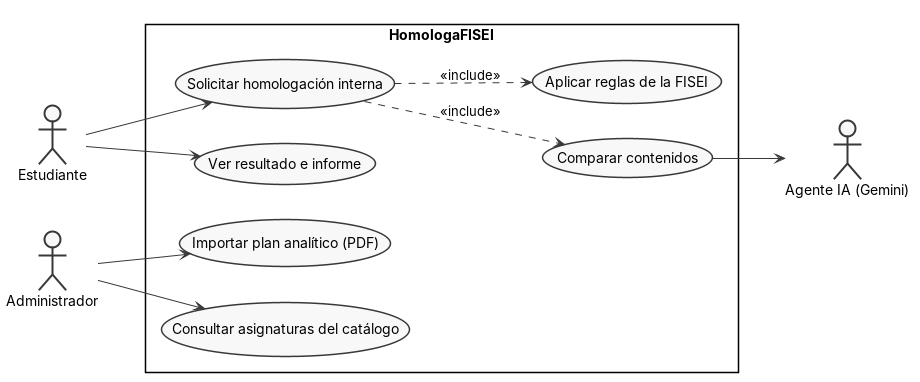
tituanadiana65-glitch/HomologaFISEI keeps this PlantUML diagram as docs/casos-de-uso.png. Above is the earlier version. Its source is kept beside it as docs/casos-de-uso.puml. Source of this version:
```plantuml
@startuml
left to right direction
skinparam monochrome true
skinparam shadowing false
skinparam defaultFontName Arial
actor Estudiante
actor Administrador
actor "Agente IA (Gemini)" as IA
rectangle HomologaFISEI {
  usecase "Importar plan analítico (PDF)" as UC1
  usecase "Consultar asignaturas del catálogo" as UC2
  usecase "Solicitar homologación interna" as UC3
  usecase "Comparar contenidos" as UC4
  usecase "Aplicar reglas de la FISEI" as UC5
  usecase "Ver resultado e informe" as UC6
}
Administrador --> UC1
Administrador --> UC2
Estudiante --> UC3
Estudiante --> UC6
UC3 ..> UC4 : <<include>>
UC3 ..> UC5 : <<include>>
UC4 --> IA
@enduml
```
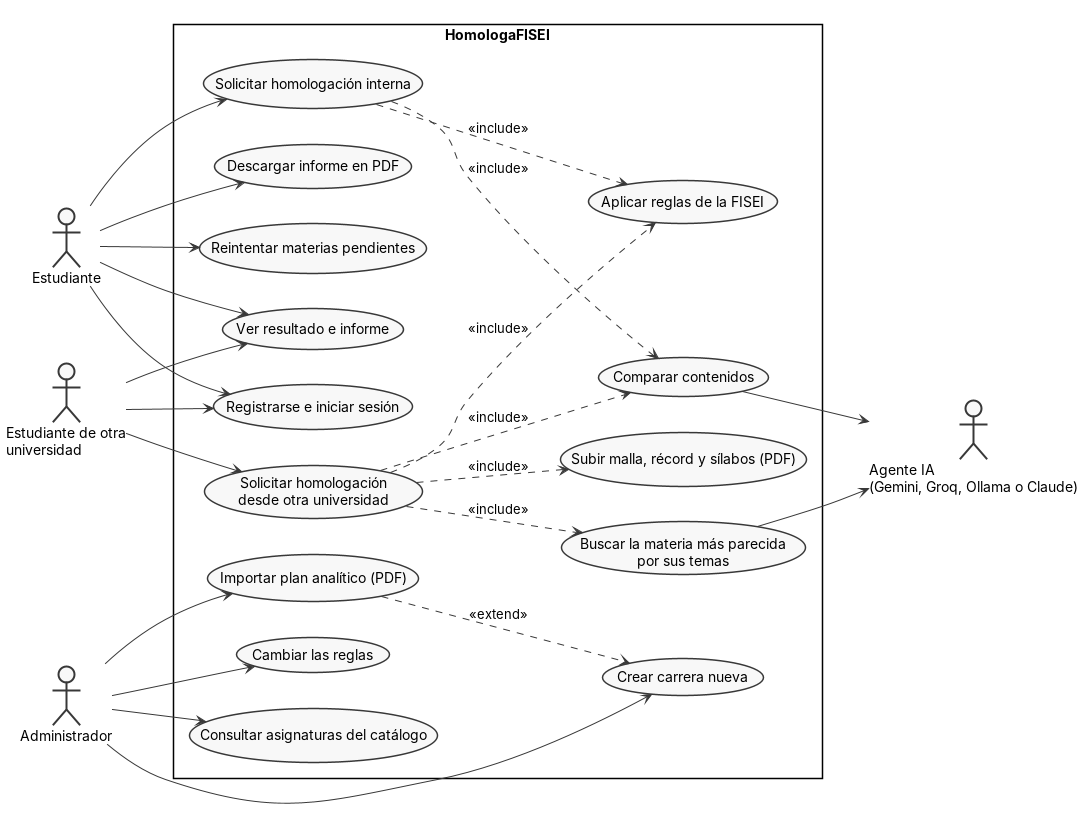
After the commit.

The edit, as a diff of the source:
```diff
@@ -4,21 +4,44 @@
 skinparam shadowing false
 skinparam defaultFontName Arial
 actor Estudiante
+actor "Estudiante de otra\nuniversidad" as Externo
 actor Administrador
-actor "Agente IA (Gemini)" as IA
+actor "Agente IA\n(Gemini, Groq, Ollama o Claude)" as IA
 rectangle HomologaFISEI {
+  usecase "Registrarse e iniciar sesión" as UC0
   usecase "Importar plan analítico (PDF)" as UC1
+  usecase "Crear carrera nueva" as UC1b
+  usecase "Cambiar las reglas" as UC1c
   usecase "Consultar asignaturas del catálogo" as UC2
   usecase "Solicitar homologación interna" as UC3
+  usecase "Solicitar homologación\ndesde otra universidad" as UC3b
+  usecase "Subir malla, récord y sílabos (PDF)" as UC3c
   usecase "Comparar contenidos" as UC4
+  usecase "Buscar la materia más parecida\npor sus temas" as UC4b
   usecase "Aplicar reglas de la FISEI" as UC5
   usecase "Ver resultado e informe" as UC6
+  usecase "Descargar informe en PDF" as UC7
+  usecase "Reintentar materias pendientes" as UC8
 }
-Administrador --> UC1
-Administrador --> UC2
+Estudiante --> UC0
 Estudiante --> UC3
 Estudiante --> UC6
+Estudiante --> UC7
+Estudiante --> UC8
+Externo --> UC0
+Externo --> UC3b
+Externo --> UC6
+Administrador --> UC1
+Administrador --> UC1b
+Administrador --> UC1c
+Administrador --> UC2
+UC1 ..> UC1b : <<extend>>
 UC3 ..> UC4 : <<include>>
 UC3 ..> UC5 : <<include>>
+UC3b ..> UC3c : <<include>>
+UC3b ..> UC4b : <<include>>
+UC3b ..> UC4 : <<include>>
+UC3b ..> UC5 : <<include>>
 UC4 --> IA
+UC4b --> IA
 @enduml
```
